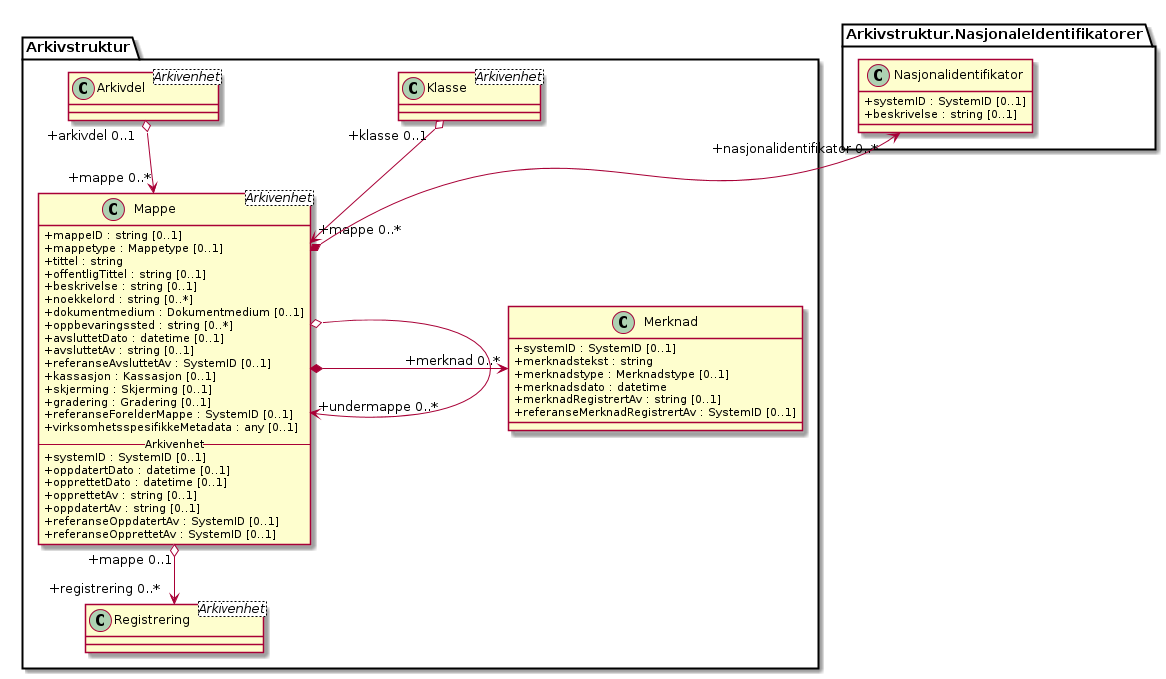
Earlier version of the PlantUML export kapitler/media/uml-arkivstruktur-mappe.png (arkivverket/noark5-tjenestegrensesnitt-standard).
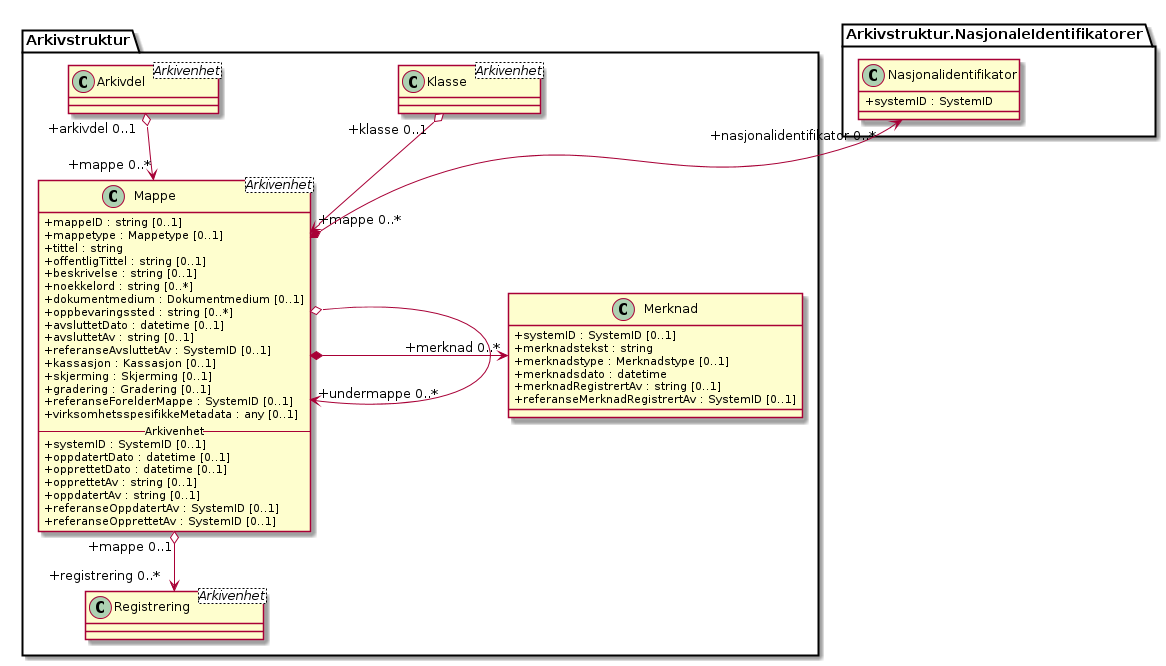
After the change.

What changed in the source:
```diff
@@ -41,8 +41,7 @@
   +referanseMerknadRegistrertAv : SystemID [0..1]
 }
 class Arkivstruktur.NasjonaleIdentifikatorer.Nasjonalidentifikator {
-  +systemID : SystemID [0..1]
-  +beskrivelse : string [0..1]
+  +systemID : SystemID
 }
 
 Arkivstruktur.Klasse "+klasse 0..1" o--> "+mappe 0..*" Arkivstruktur.Mappe
```
